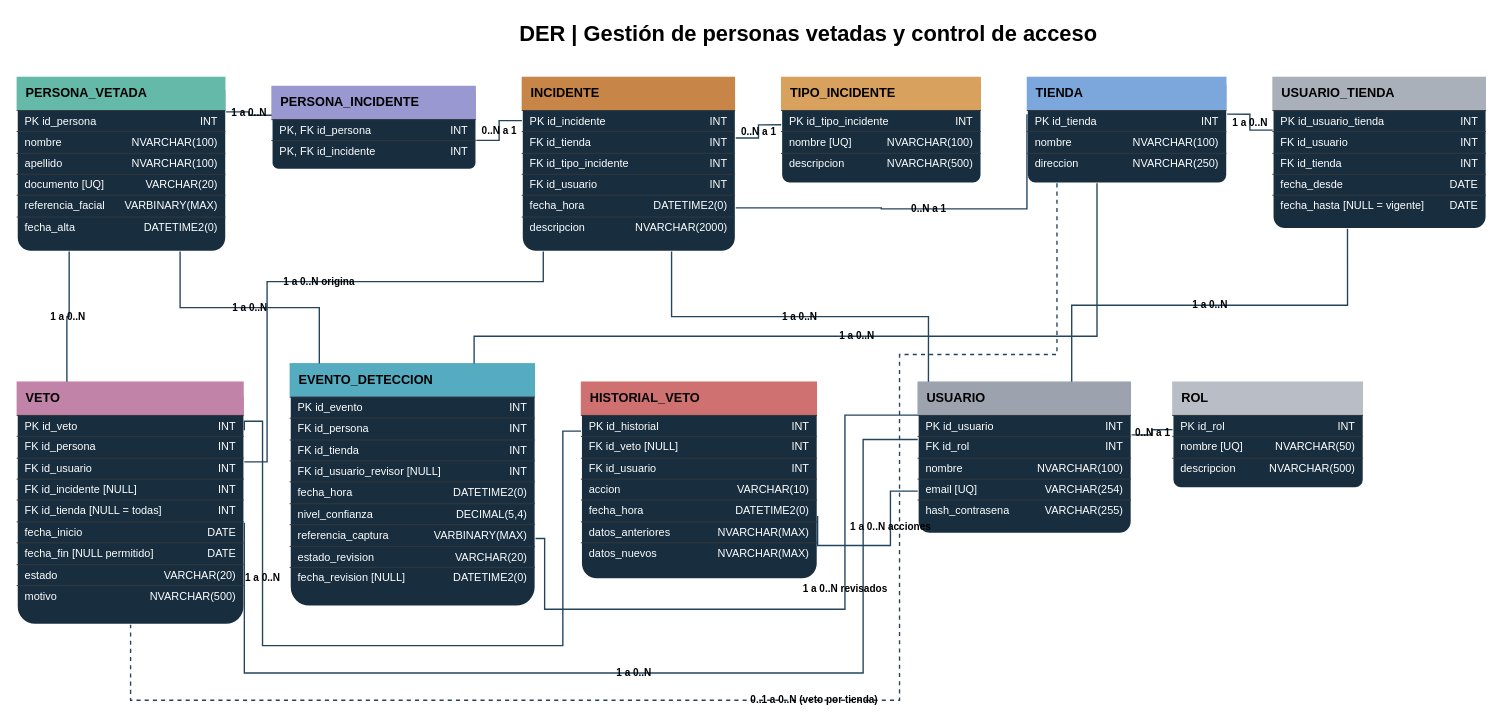
MagaliSoto/BD2-TPI-G03 keeps this draw.io diagram as docs/DER.drawio. Above is the earlier version. Source tidied: cells renumbered, new cells numbered last; positions are measured from the earlier drawing's top-left corner, leaving out a move shared by most shapes. Both pictures are drawn from the tidied source at 91%, with x=0, y=0 at pixel (16, 15).
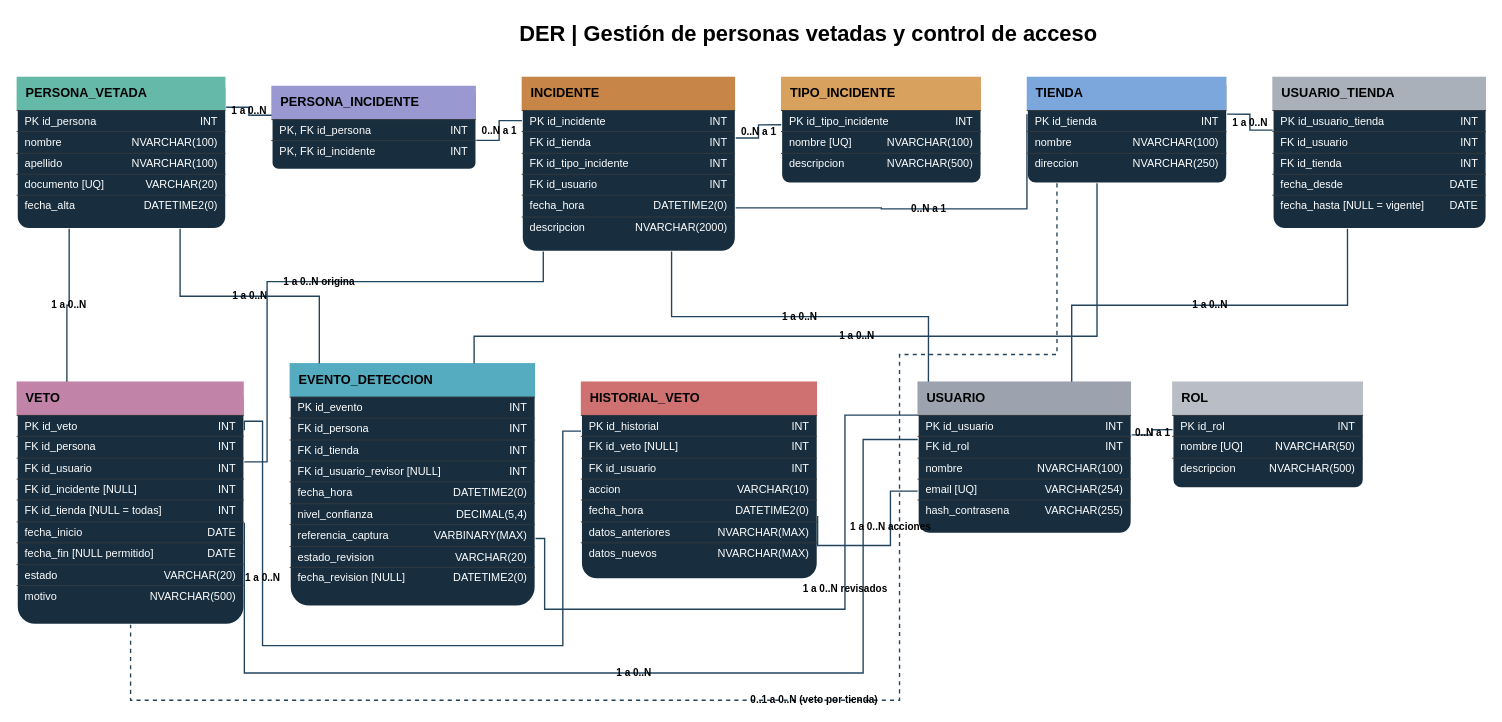
After the change.

Commit message (it also covers changes not shown here):
Quitar referencia_facial: la base no guarda embeddings

Change to the diagram source:
```diff
@@
-    <mxCell id="3" value="&lt;div style=&quot;font-family:Arial,sans-serif&quot;&gt;&lt;div style=&quot;background: rgb(101, 185, 168); font-weight: bold; font-size: 14px; padding: 10px;&quot;&gt;&lt;span style=&quot;color: light-dark(rgb(0, 0, 0), rgb(0, 0, 0));&quot;&gt;PERSONA_VETADA&lt;/span&gt;&lt;/div&gt;&lt;div style=&quot;padding: 4px 9px; border-top: 1px solid rgb(52, 56, 61); font-size: 12px;&quot;&gt;&lt;span style=&quot;float:right;&quot;&gt;INT&lt;/span&gt;PK id_persona&lt;/div&gt;&lt;div style=&quot;padding: 4px 9px; border-top: 1px solid rgb(52, 56, 61); font-size: 12px;&quot;&gt;&lt;span style=&quot;float:right;&quot;&gt;NVARCHAR(100)&lt;/span&gt;nombre&lt;/div&gt;&lt;div style=&quot;padding: 4px 9px; border-top: 1px solid rgb(52, 56, 61); font-size: 12px;&quot;&gt;&lt;span style=&quot;float:right;&quot;&gt;NVARCHAR(100)&lt;/span&gt;apellido&lt;/div&gt;&lt;div style=&quot;padding: 4px 9px; border-top: 1px solid rgb(52, 56, 61); font-size: 12px;&quot;&gt;&lt;span style=&quot;float:right;&quot;&gt;VARCHAR(20)&lt;/span&gt;documento  [UQ]&lt;/div&gt;&lt;div style=&quot;padding: 4px 9px; border-top: 1px solid rgb(52, 56, 61); font-size: 12px;&quot;&gt;&lt;span style=&quot;float:right;&quot;&gt;VARBINARY(MAX)&lt;/span&gt;referencia_facial&lt;/div&gt;&lt;div style=&quot;padding: 4px 9px; border-top: 1px solid rgb(52, 56, 61); font-size: 12px;&quot;&gt;&lt;span style=&quot;float:right;&quot;&gt;DATETIME2(0)&lt;/span&gt;fecha_alta&lt;/div&gt;&lt;/div&gt;" style="rounded=1;arcSize=8;whiteSpace=wrap;html=1;fillColor=#182E3E;strokeColor=#FFFFFF;strokeWidth=2;align=left;verticalAlign=top;spacing=0;overflow=fill;fontColor=#FFFFFF;labelBackgroundColor=none;" parent="1" vertex="1">
-      <mxGeometry y="67" width="230" height="192" as="geometry" />
+    <mxCell id="3" value="&lt;div style=&quot;font-family:Arial,sans-serif&quot;&gt;&lt;div style=&quot;background: rgb(101, 185, 168); font-weight: bold; font-size: 14px; padding: 10px;&quot;&gt;&lt;span style=&quot;color: light-dark(rgb(0, 0, 0), rgb(0, 0, 0));&quot;&gt;PERSONA_VETADA&lt;/span&gt;&lt;/div&gt;&lt;div style=&quot;padding: 4px 9px; border-top: 1px solid rgb(52, 56, 61); font-size: 12px;&quot;&gt;&lt;span style=&quot;float:right;&quot;&gt;INT&lt;/span&gt;PK id_persona&lt;/div&gt;&lt;div style=&quot;padding: 4px 9px; border-top: 1px solid rgb(52, 56, 61); font-size: 12px;&quot;&gt;&lt;span style=&quot;float:right;&quot;&gt;NVARCHAR(100)&lt;/span&gt;nombre&lt;/div&gt;&lt;div style=&quot;padding: 4px 9px; border-top: 1px solid rgb(52, 56, 61); font-size: 12px;&quot;&gt;&lt;span style=&quot;float:right;&quot;&gt;NVARCHAR(100)&lt;/span&gt;apellido&lt;/div&gt;&lt;div style=&quot;padding: 4px 9px; border-top: 1px solid rgb(52, 56, 61); font-size: 12px;&quot;&gt;&lt;span style=&quot;float:right;&quot;&gt;VARCHAR(20)&lt;/span&gt;documento  [UQ]&lt;/div&gt;&lt;div style=&quot;padding: 4px 9px; border-top: 1px solid rgb(52, 56, 61); font-size: 12px;&quot;&gt;&lt;span style=&quot;float:right;&quot;&gt;DATETIME2(0)&lt;/span&gt;fecha_alta&lt;/div&gt;&lt;/div&gt;" style="rounded=1;arcSize=8;whiteSpace=wrap;html=1;fillColor=#182E3E;strokeColor=#FFFFFF;strokeWidth=2;align=left;verticalAlign=top;spacing=0;overflow=fill;fontColor=#FFFFFF;labelBackgroundColor=none;" parent="1" vertex="1">
+      <mxGeometry y="67" width="230" height="167" as="geometry" />
     </mxCell>
```
